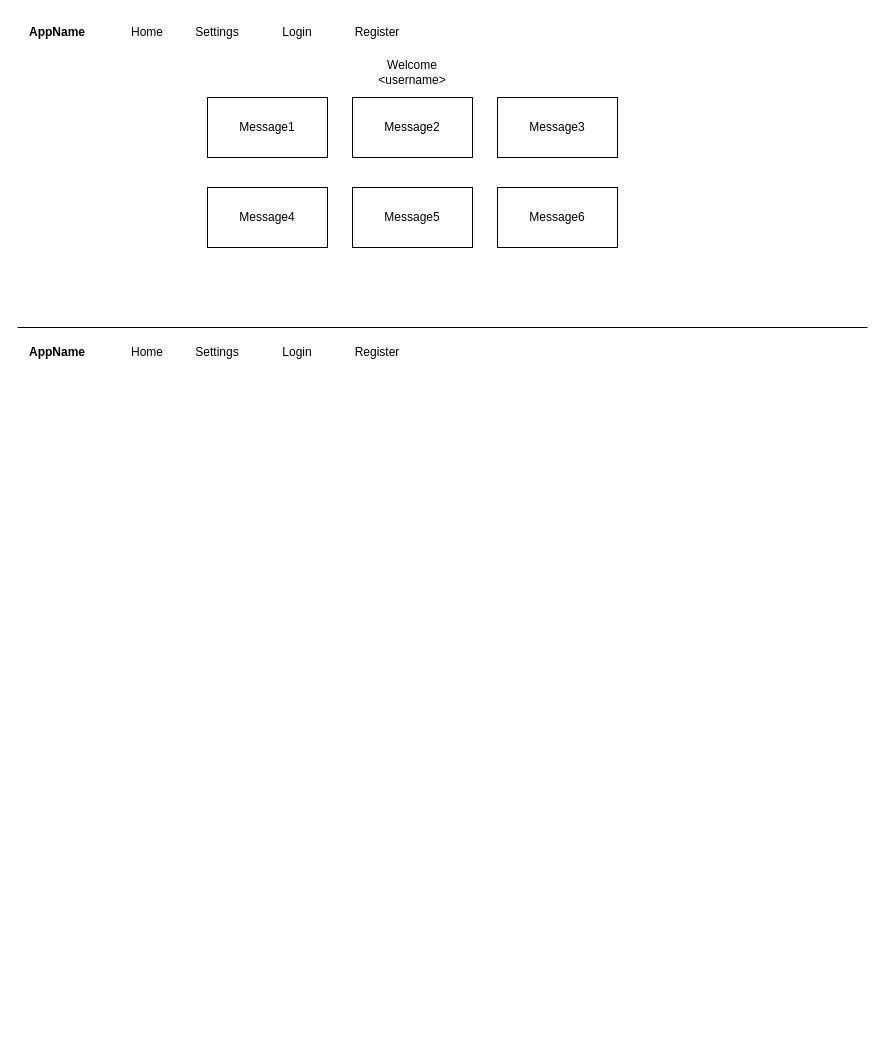
The draw.io diagram Documentation/uidesign.drawio in Quicksoapy/BirdClone, before the edit. Source tidied: cells renumbered, new cells numbered last; positions are measured from the earlier drawing's top-left corner, leaving out a move shared by most shapes. Both pictures are drawn from the tidied source at 100%, with x=0, y=0 at pixel (17, 17).
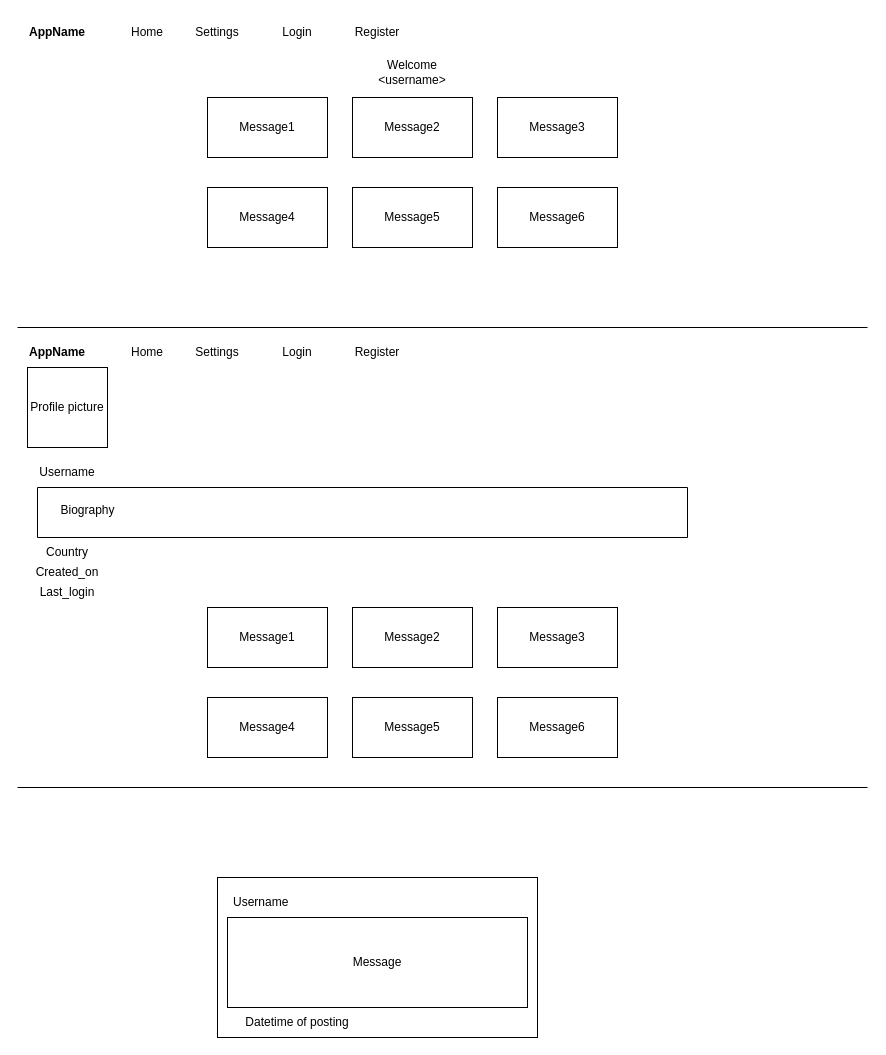
Above is the later version.

What changed in the source:
```diff
@@
+    <mxCell id="20" value="Profile picture" style="whiteSpace=wrap;html=1;" parent="1" vertex="1">
+      <mxGeometry x="10" y="350" width="80" height="80" as="geometry" />
+    </mxCell>
+    <mxCell id="21" value="Username" style="text;html=1;strokeColor=none;fillColor=none;align=center;verticalAlign=middle;whiteSpace=wrap;rounded=0;" parent="1" vertex="1">
+      <mxGeometry x="20" y="440" width="60" height="30" as="geometry" />
+    </mxCell>
+    <mxCell id="22" style="swimlane;startSize=0;" parent="1" vertex="1">
+      <mxGeometry x="20" y="470" width="650" height="50" as="geometry" />
+    </mxCell>
+    <mxCell id="23" value="Biography" style="text;html=1;align=center;verticalAlign=middle;strokeColor=none;fillColor=none;" parent="1" vertex="1">
+      <mxGeometry x="30" y="478" width="80" height="30" as="geometry" />
+    </mxCell>
+    <mxCell id="24" value="Country" style="text;html=1;strokeColor=none;fillColor=none;align=center;verticalAlign=middle;whiteSpace=wrap;rounded=0;" parent="1" vertex="1">
+      <mxGeometry x="20" y="520" width="60" height="30" as="geometry" />
+    </mxCell>
+    <mxCell id="25" value="Created_on" style="text;html=1;strokeColor=none;fillColor=none;align=center;verticalAlign=middle;whiteSpace=wrap;rounded=0;" parent="1" vertex="1">
+      <mxGeometry x="20" y="540" width="60" height="30" as="geometry" />
+    </mxCell>
+    <mxCell id="26" value="Last_login" style="text;html=1;strokeColor=none;fillColor=none;align=center;verticalAlign=middle;whiteSpace=wrap;rounded=0;" parent="1" vertex="1">
+      <mxGeometry x="20" y="560" width="60" height="30" as="geometry" />
+    </mxCell>
+    <mxCell id="27" value="Message1" style="rounded=0;whiteSpace=wrap;html=1;" parent="1" vertex="1">
+      <mxGeometry x="190" y="590" width="120" height="60" as="geometry" />
+    </mxCell>
+    <mxCell id="28" value="Message2" style="rounded=0;whiteSpace=wrap;html=1;" parent="1" vertex="1">
+      <mxGeometry x="335" y="590" width="120" height="60" as="geometry" />
+    </mxCell>
+    <mxCell id="29" value="Message5" style="rounded=0;whiteSpace=wrap;html=1;" parent="1" vertex="1">
+      <mxGeometry x="335" y="680" width="120" height="60" as="geometry" />
+    </mxCell>
+    <mxCell id="30" value="Message4" style="rounded=0;whiteSpace=wrap;html=1;" parent="1" vertex="1">
+      <mxGeometry x="190" y="680" width="120" height="60" as="geometry" />
+    </mxCell>
+    <mxCell id="31" value="Message3" style="rounded=0;whiteSpace=wrap;html=1;" parent="1" vertex="1">
+      <mxGeometry x="480" y="590" width="120" height="60" as="geometry" />
+    </mxCell>
+    <mxCell id="32" value="Message6" style="rounded=0;whiteSpace=wrap;html=1;" parent="1" vertex="1">
+      <mxGeometry x="480" y="680" width="120" height="60" as="geometry" />
+    </mxCell>
+    <mxCell id="33" style="rounded=0;whiteSpace=wrap;html=1;" parent="1" vertex="1">
+      <mxGeometry x="200" y="860" width="320" height="160" as="geometry" />
+    </mxCell>
+    <mxCell id="34" style="endArrow=none;html=1;rounded=0;" parent="1" edge="1">
+      <mxGeometry relative="1" as="geometry">
+        <mxPoint y="770" as="sourcePoint" />
+        <mxPoint x="850" y="770" as="targetPoint" />
+      </mxGeometry>
+    </mxCell>
+    <mxCell id="35" value="Username" style="text;strokeColor=none;fillColor=none;align=left;verticalAlign=middle;spacingLeft=4;spacingRight=4;overflow=hidden;whiteSpace=wrap;html=1;" parent="1" vertex="1">
+      <mxGeometry x="210" y="870" width="80" height="30" as="geometry" />
+    </mxCell>
+    <mxCell id="36" value="Message" style="rounded=0;whiteSpace=wrap;html=1;" parent="1" vertex="1">
+      <mxGeometry x="210" y="900" width="300" height="90" as="geometry" />
+    </mxCell>
+    <mxCell id="37" value="Datetime of posting " style="text;html=1;strokeColor=none;fillColor=none;align=center;verticalAlign=middle;whiteSpace=wrap;rounded=0;" parent="1" vertex="1">
+      <mxGeometry x="200" y="990" width="160" height="30" as="geometry" />
+    </mxCell>
```
